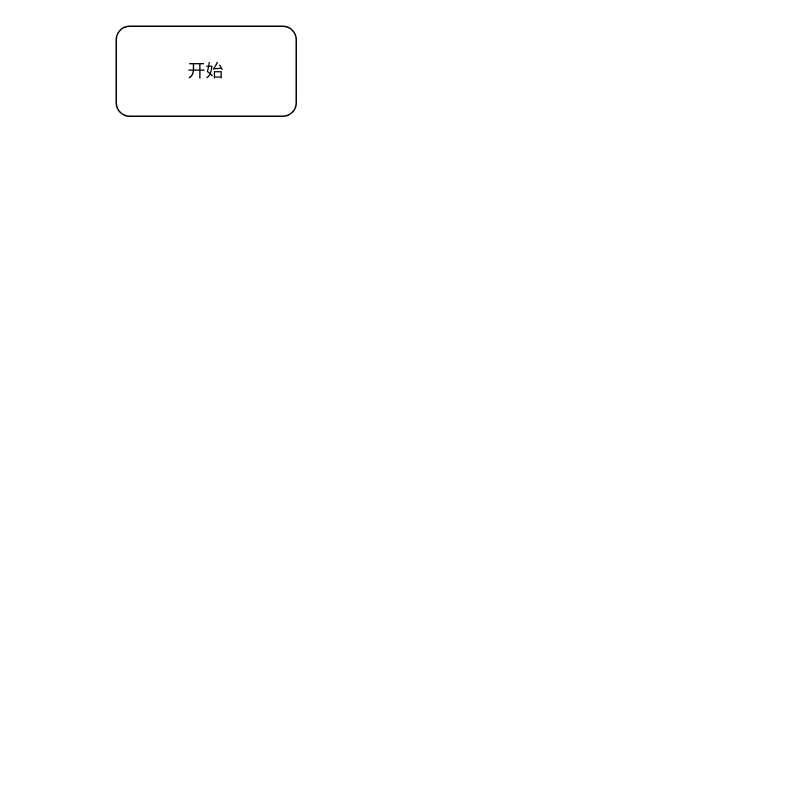
Earlier version of the draw.io diagram 获取索引开关流程.drawio (DongRuihua/draw). Source tidied: cells renumbered, new cells numbered last; positions are measured from the earlier drawing's top-left corner, leaving out a move shared by most shapes. Both pictures are drawn from the tidied source at 150%, with x=0, y=0 at pixel (116, 26).
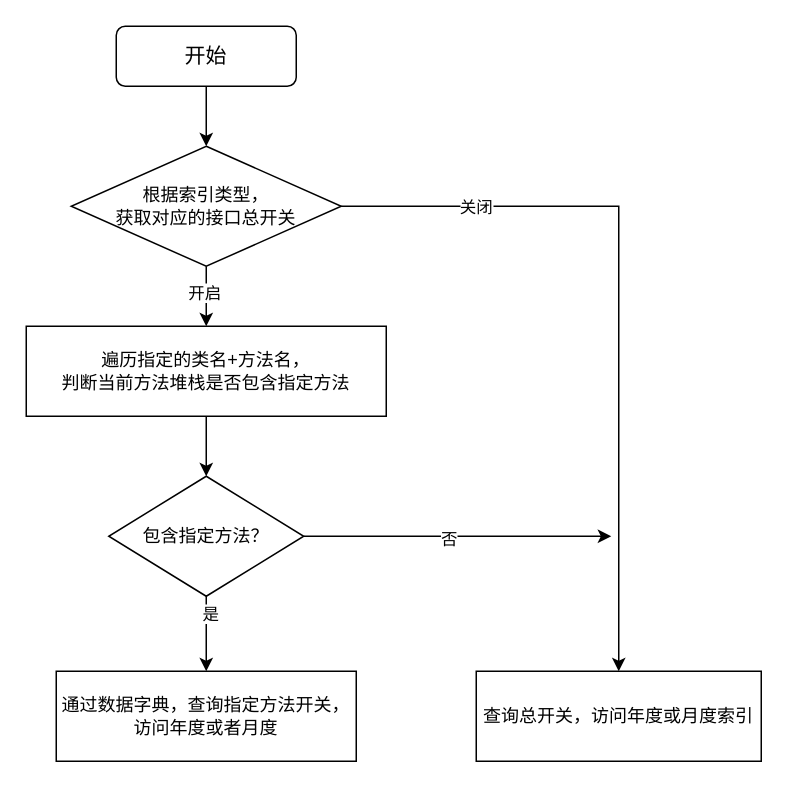
The same diagram, later.

Commit message (it also covers changes not shown here):
更新获取索引开关流程.drawio

The edit, as a diff of the source:
```diff
@@
 <mxGraphModel>
   <root>
     <mxCell id="0" />
     <mxCell id="1" parent="0" />
+    <mxCell id="3" style="edgeStyle=orthogonalEdgeStyle;rounded=0;jettySize=auto;html=1;exitX=0.5;exitY=1;exitDx=0;exitDy=0;entryX=0.5;entryY=0;entryDx=0;entryDy=0;" parent="1" edge="1" source="2" target="8">
+      <mxGeometry relative="1" as="geometry" />
+    </mxCell>
-    <mxCell id="2" value="开始" style="rounded=1;whiteSpace=wrap;html=1;" parent="1" vertex="1">
-      <mxGeometry width="120" height="60" as="geometry" />
+    <mxCell id="2" value="&lt;font style=&quot;font-size: 14px;&quot;&gt;开始&lt;/font&gt;" style="rounded=1;whiteSpace=wrap;html=1;" parent="1" vertex="1">
+      <mxGeometry width="120" height="40" as="geometry" />
     </mxCell>
+    <mxCell id="4" style="edgeStyle=orthogonalEdgeStyle;rounded=0;jettySize=auto;html=1;" parent="1" edge="1" source="8" target="10">
+      <mxGeometry relative="1" as="geometry" />
+    </mxCell>
+    <mxCell id="5" value="开启" style="edgeLabel;html=1;align=center;verticalAlign=middle;" parent="4" vertex="1">
+      <mxGeometry x="-0.14" y="-2" relative="1" as="geometry" />
+    </mxCell>
+    <mxCell id="6" style="edgeStyle=orthogonalEdgeStyle;rounded=0;jettySize=auto;html=1;" parent="1" edge="1" source="8" target="17">
+      <mxGeometry relative="1" as="geometry" />
+    </mxCell>
+    <mxCell id="7" value="关闭" style="edgeLabel;html=1;align=center;verticalAlign=middle;" parent="6" vertex="1">
+      <mxGeometry x="-0.64" relative="1" as="geometry" />
+    </mxCell>
+    <mxCell id="8" value="根据索引类型，&lt;br&gt;获取对应的接口总开关" style="rhombus;whiteSpace=wrap;html=1;" parent="1" vertex="1">
+      <mxGeometry x="-30" y="80" width="180" height="80" as="geometry" />
+    </mxCell>
+    <mxCell id="9" style="edgeStyle=orthogonalEdgeStyle;rounded=0;jettySize=auto;html=1;" parent="1" edge="1" source="10" target="15">
+      <mxGeometry relative="1" as="geometry" />
+    </mxCell>
+    <mxCell id="10" value="遍历指定的类名+方法名，&lt;div&gt;判断当前方法堆栈是否包含指定方法&lt;/div&gt;" style="whiteSpace=wrap;html=1;" parent="1" vertex="1">
+      <mxGeometry x="-60" y="200" width="240" height="60" as="geometry" />
+    </mxCell>
+    <mxCell id="11" style="edgeStyle=orthogonalEdgeStyle;rounded=0;jettySize=auto;html=1;" parent="1" edge="1" source="15" target="16">
+      <mxGeometry relative="1" as="geometry" />
+    </mxCell>
+    <mxCell id="12" value="是" style="edgeLabel;html=1;align=center;verticalAlign=middle;" parent="11" vertex="1">
+      <mxGeometry x="-0.56" y="2" relative="1" as="geometry" />
+    </mxCell>
+    <mxCell id="13" style="edgeStyle=orthogonalEdgeStyle;rounded=0;jettySize=auto;html=1;" parent="1" edge="1" source="15">
+      <mxGeometry relative="1" as="geometry">
+        <mxPoint x="330" y="340" as="targetPoint" />
+      </mxGeometry>
+    </mxCell>
+    <mxCell id="14" value="否" style="edgeLabel;html=1;align=center;verticalAlign=middle;" parent="13" vertex="1">
+      <mxGeometry x="-0.07" y="-1" relative="1" as="geometry" />
+    </mxCell>
+    <mxCell id="15" value="包含指定方法？" style="rhombus;whiteSpace=wrap;html=1;" parent="1" vertex="1">
+      <mxGeometry x="-5" y="300" width="130" height="80" as="geometry" />
+    </mxCell>
+    <mxCell id="16" value="通过数据字典，查询指定方法开关，访问年度或者月度" style="whiteSpace=wrap;html=1;" parent="1" vertex="1">
+      <mxGeometry x="-40" y="430" width="200" height="60" as="geometry" />
+    </mxCell>
+    <mxCell id="17" value="查询总开关，访问年度或月度索引" style="whiteSpace=wrap;html=1;" parent="1" vertex="1">
+      <mxGeometry x="240" y="430" width="190" height="60" as="geometry" />
+    </mxCell>
   </root>
 </mxGraphModel>
```
